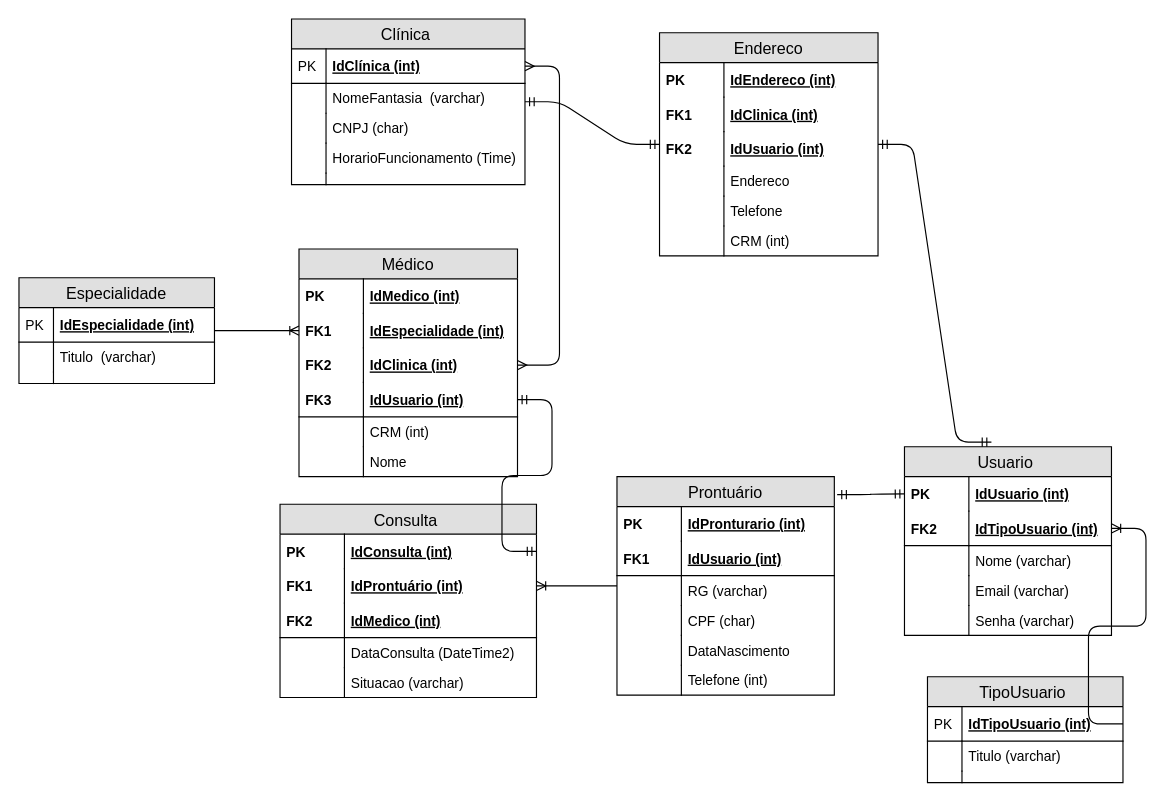
This is page "LÓGICO" (2 of 2) of Modelos/Modelos.drawio from ErickHenry2023/senai_spmedgroup_sprint1_bd_tarde_Erick_Henry, a draw.io file, before an edit. Source tidied: cells renumbered, new cells numbered last; positions are measured from the earlier drawing's top-left corner, leaving out a move shared by most shapes. Both pictures are drawn from the tidied source at 115%, with x=0, y=0 at pixel (18, 18).
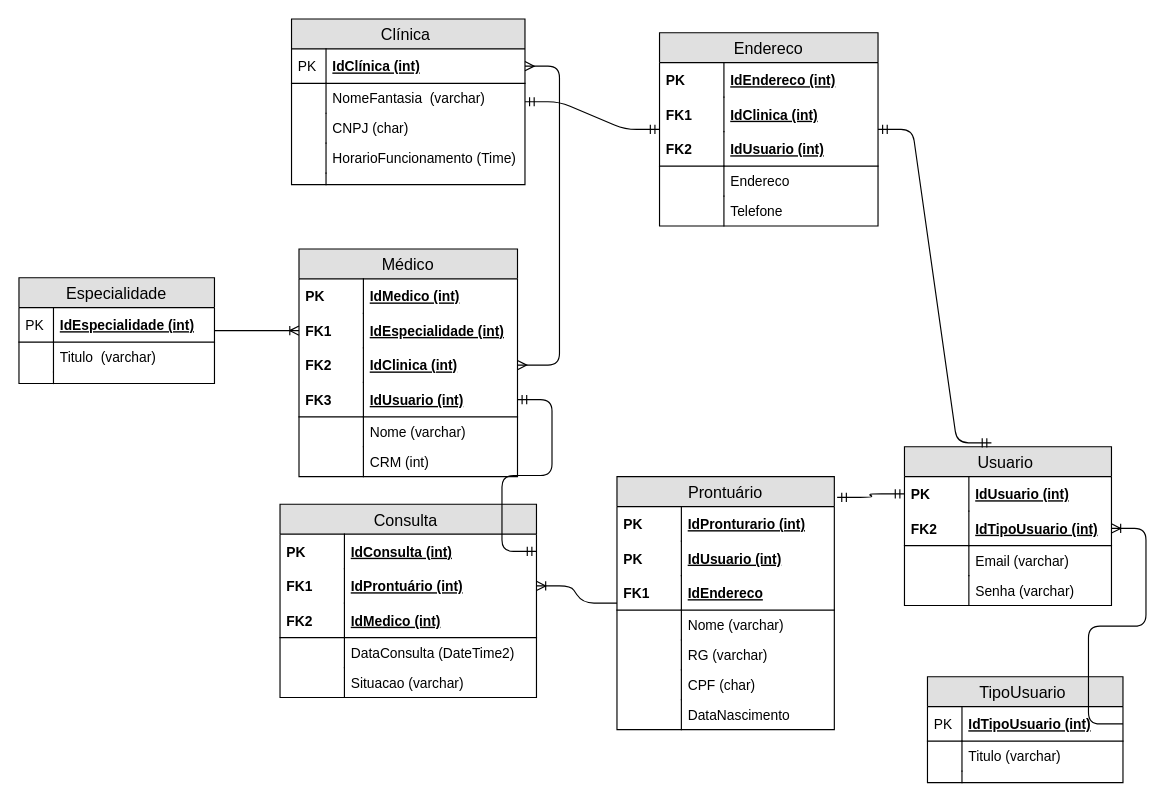
The same page after the edit.

Unchanged cells that the change refers to:
```xml
<mxCell id="62" value="Médico" style="swimlane;fontStyle=0;horizontal=1;startSize=26;fillColor=#e0e0e0;swimlaneFillColor=#ffffff;align=center;fontSize=14;" parent="1" vertex="1">
  <mxGeometry x="243.5" y="200" width="190" height="198" as="geometry" />
</mxCell>
```

Change to the diagram source:
```diff
@@
     <mxCell id="20" value="Usuario " style="swimlane;fontStyle=0;horizontal=1;startSize=26;fillColor=#e0e0e0;swimlaneFillColor=#ffffff;align=center;fontSize=14;" parent="1" vertex="1">
-      <mxGeometry x="770" y="372" width="180" height="164" as="geometry" />
+      <mxGeometry x="770" y="372" width="180" height="138" as="geometry" />
     </mxCell>
@@
-    <mxCell id="25" value="Nome (varchar)" style="shape=partialRectangle;top=0;left=0;right=0;bottom=0;align=left;verticalAlign=top;fillColor=none;spacingLeft=60;spacingRight=4;overflow=hidden;fontSize=12;" parent="20" vertex="1">
-      <mxGeometry y="86" width="180" height="26" as="geometry" />
-    </mxCell>
-    <mxCell id="26" style="shape=partialRectangle;top=0;left=0;bottom=0;fillColor=none;align=left;verticalAlign=top;spacingLeft=4;spacingRight=4;overflow=hidden;fontSize=12;" parent="25" vertex="1">
-      <mxGeometry width="56" height="26" as="geometry" />
-    </mxCell>
     <mxCell id="27" value="Email (varchar)" style="shape=partialRectangle;top=0;left=0;right=0;bottom=0;align=left;verticalAlign=top;fillColor=none;spacingLeft=60;spacingRight=4;overflow=hidden;fontSize=12;" parent="20" vertex="1">
-      <mxGeometry y="112" width="180" height="26" as="geometry" />
+      <mxGeometry y="86" width="180" height="26" as="geometry" />
     </mxCell>
@@
     <mxCell id="29" value="Senha (varchar)" style="shape=partialRectangle;top=0;left=0;right=0;bottom=0;align=left;verticalAlign=top;fillColor=none;spacingLeft=60;spacingRight=4;overflow=hidden;fontSize=12;" parent="20" vertex="1">
-      <mxGeometry y="138" width="180" height="26" as="geometry" />
+      <mxGeometry y="112" width="180" height="26" as="geometry" />
     </mxCell>
@@
     <mxCell id="38" value="Prontuário" style="swimlane;fontStyle=0;horizontal=1;startSize=26;fillColor=#e0e0e0;swimlaneFillColor=#ffffff;align=center;fontSize=14;" parent="1" vertex="1">
-      <mxGeometry x="520" y="398" width="189" height="190" as="geometry" />
+      <mxGeometry x="520" y="398" width="189" height="220" as="geometry" />
     </mxCell>
@@
+    <mxCell id="86" value="IdUsuario (int)" style="shape=partialRectangle;top=0;left=0;right=0;bottom=0;align=left;verticalAlign=middle;fillColor=none;spacingLeft=60;spacingRight=4;overflow=hidden;fontStyle=5;fontSize=12;" parent="38" vertex="1">
+      <mxGeometry y="56" width="189" height="30" as="geometry" />
+    </mxCell>
+    <mxCell id="96" value="PK" style="shape=partialRectangle;fontStyle=1;top=0;left=0;bottom=0;fillColor=none;align=left;verticalAlign=middle;spacingLeft=4;spacingRight=4;overflow=hidden;fontSize=12;" parent="86" vertex="1">
+      <mxGeometry width="56" height="30" as="geometry" />
+    </mxCell>
-    <mxCell id="41" value="IdUsuario (int)" style="shape=partialRectangle;top=0;left=0;right=0;bottom=1;align=left;verticalAlign=middle;fillColor=none;spacingLeft=60;spacingRight=4;overflow=hidden;fontStyle=5;fontSize=12;" parent="38" vertex="1">
-      <mxGeometry y="56" width="189" height="30" as="geometry" />
+    <mxCell id="41" value="IdEndereco" style="shape=partialRectangle;top=0;left=0;right=0;bottom=1;align=left;verticalAlign=middle;fillColor=none;spacingLeft=60;spacingRight=4;overflow=hidden;fontStyle=5;fontSize=12;" parent="38" vertex="1">
+      <mxGeometry y="86" width="189" height="30" as="geometry" />
     </mxCell>
@@
+    <mxCell id="25" value="Nome (varchar)" style="shape=partialRectangle;top=0;left=0;right=0;bottom=0;align=left;verticalAlign=top;fillColor=none;spacingLeft=60;spacingRight=4;overflow=hidden;fontSize=12;" parent="38" vertex="1">
+      <mxGeometry y="116" width="189" height="26" as="geometry" />
+    </mxCell>
+    <mxCell id="97" style="shape=partialRectangle;top=0;left=0;bottom=0;fillColor=none;align=left;verticalAlign=top;spacingLeft=4;spacingRight=4;overflow=hidden;fontSize=12;" parent="25" vertex="1">
+      <mxGeometry width="56" height="26" as="geometry" />
+    </mxCell>
     <mxCell id="43" value="RG (varchar)" style="shape=partialRectangle;top=0;left=0;right=0;bottom=0;align=left;verticalAlign=top;fillColor=none;spacingLeft=60;spacingRight=4;overflow=hidden;fontSize=12;" parent="38" vertex="1">
-      <mxGeometry y="86" width="189" height="26" as="geometry" />
+      <mxGeometry y="142" width="189" height="26" as="geometry" />
     </mxCell>
@@
     <mxCell id="45" value="CPF (char)" style="shape=partialRectangle;top=0;left=0;right=0;bottom=0;align=left;verticalAlign=top;fillColor=none;spacingLeft=60;spacingRight=4;overflow=hidden;fontSize=12;" parent="38" vertex="1">
-      <mxGeometry y="112" width="189" height="26" as="geometry" />
+      <mxGeometry y="168" width="189" height="26" as="geometry" />
     </mxCell>
@@
     <mxCell id="47" value="DataNascimento" style="shape=partialRectangle;top=0;left=0;right=0;bottom=0;align=left;verticalAlign=top;fillColor=none;spacingLeft=60;spacingRight=4;overflow=hidden;fontSize=12;" parent="38" vertex="1">
-      <mxGeometry y="138" width="189" height="26" as="geometry" />
+      <mxGeometry y="194" width="189" height="26" as="geometry" />
     </mxCell>
@@
-    <mxCell id="49" value="Telefone (int)" style="shape=partialRectangle;top=0;left=0;right=0;bottom=0;align=left;verticalAlign=top;fillColor=none;spacingLeft=60;spacingRight=4;overflow=hidden;fontSize=12;" parent="38" vertex="1">
-      <mxGeometry y="164" width="189" height="26" as="geometry" />
-    </mxCell>
-    <mxCell id="50" style="shape=partialRectangle;top=0;left=0;bottom=0;fillColor=none;align=left;verticalAlign=top;spacingLeft=4;spacingRight=4;overflow=hidden;fontSize=12;" parent="49" vertex="1">
-      <mxGeometry width="56" height="26" as="geometry" />
-    </mxCell>
@@
-    <mxCell id="71" value="CRM (int)&#10;" style="shape=partialRectangle;top=0;left=0;right=0;bottom=0;align=left;verticalAlign=top;fillColor=none;spacingLeft=60;spacingRight=4;overflow=hidden;fontSize=12;" parent="62" vertex="1">
+    <mxCell id="71" value="Nome (varchar)" style="shape=partialRectangle;top=0;left=0;right=0;bottom=0;align=left;verticalAlign=top;fillColor=none;spacingLeft=60;spacingRight=4;overflow=hidden;fontSize=12;" parent="62" vertex="1">
       <mxGeometry y="146" width="190" height="26" as="geometry" />
     </mxCell>
@@
-    <mxCell id="73" value="Nome&#10;" style="shape=partialRectangle;top=0;left=0;right=0;bottom=0;align=left;verticalAlign=top;fillColor=none;spacingLeft=60;spacingRight=4;overflow=hidden;fontSize=12;" parent="62" vertex="1">
+    <mxCell id="73" value="CRM (int)&#10;" style="shape=partialRectangle;top=0;left=0;right=0;bottom=0;align=left;verticalAlign=top;fillColor=none;spacingLeft=60;spacingRight=4;overflow=hidden;fontSize=12;" parent="62" vertex="1">
       <mxGeometry y="172" width="190" height="26" as="geometry" />
     </mxCell>
@@
     <mxCell id="81" value="Endereco" style="swimlane;fontStyle=0;horizontal=1;startSize=26;fillColor=#e0e0e0;swimlaneFillColor=#ffffff;align=center;fontSize=14;" parent="1" vertex="1">
-      <mxGeometry x="557" y="12" width="190" height="194" as="geometry" />
+      <mxGeometry x="557" y="12" width="190" height="168" as="geometry" />
     </mxCell>
@@
-    <mxCell id="86" value="IdUsuario (int)" style="shape=partialRectangle;top=0;left=0;right=0;bottom=0;align=left;verticalAlign=middle;fillColor=none;spacingLeft=60;spacingRight=4;overflow=hidden;fontStyle=5;fontSize=12;" parent="81" vertex="1">
-      <mxGeometry y="86" width="190" height="30" as="geometry" />
-    </mxCell>
+    <mxCell id="98" value="IdUsuario (int)" style="shape=partialRectangle;top=0;left=0;right=0;bottom=1;align=left;verticalAlign=middle;fillColor=none;spacingLeft=60;spacingRight=4;overflow=hidden;fontStyle=5;fontSize=12;" parent="81" vertex="1">
+      <mxGeometry y="86" width="190" height="30" as="geometry" />
+    </mxCell>
-    <mxCell id="87" value="FK2" style="shape=partialRectangle;fontStyle=1;top=0;left=0;bottom=0;fillColor=none;align=left;verticalAlign=middle;spacingLeft=4;spacingRight=4;overflow=hidden;fontSize=12;" parent="86" vertex="1">
+    <mxCell id="87" value="FK2" style="shape=partialRectangle;fontStyle=1;top=0;left=0;bottom=0;fillColor=none;align=left;verticalAlign=middle;spacingLeft=4;spacingRight=4;overflow=hidden;fontSize=12;" parent="98" vertex="1">
       <mxGeometry width="56" height="30" as="geometry" />
     </mxCell>
@@
-    <mxCell id="92" value="CRM (int)&#10;" style="shape=partialRectangle;top=0;left=0;right=0;bottom=0;align=left;verticalAlign=top;fillColor=none;spacingLeft=60;spacingRight=4;overflow=hidden;fontSize=12;" parent="81" vertex="1">
-      <mxGeometry y="168" width="190" height="26" as="geometry" />
-    </mxCell>
-    <mxCell id="93" style="shape=partialRectangle;top=0;left=0;bottom=0;fillColor=none;align=left;verticalAlign=top;spacingLeft=4;spacingRight=4;overflow=hidden;fontSize=12;" parent="92" vertex="1">
-      <mxGeometry width="56" height="26" as="geometry" />
-    </mxCell>
```
